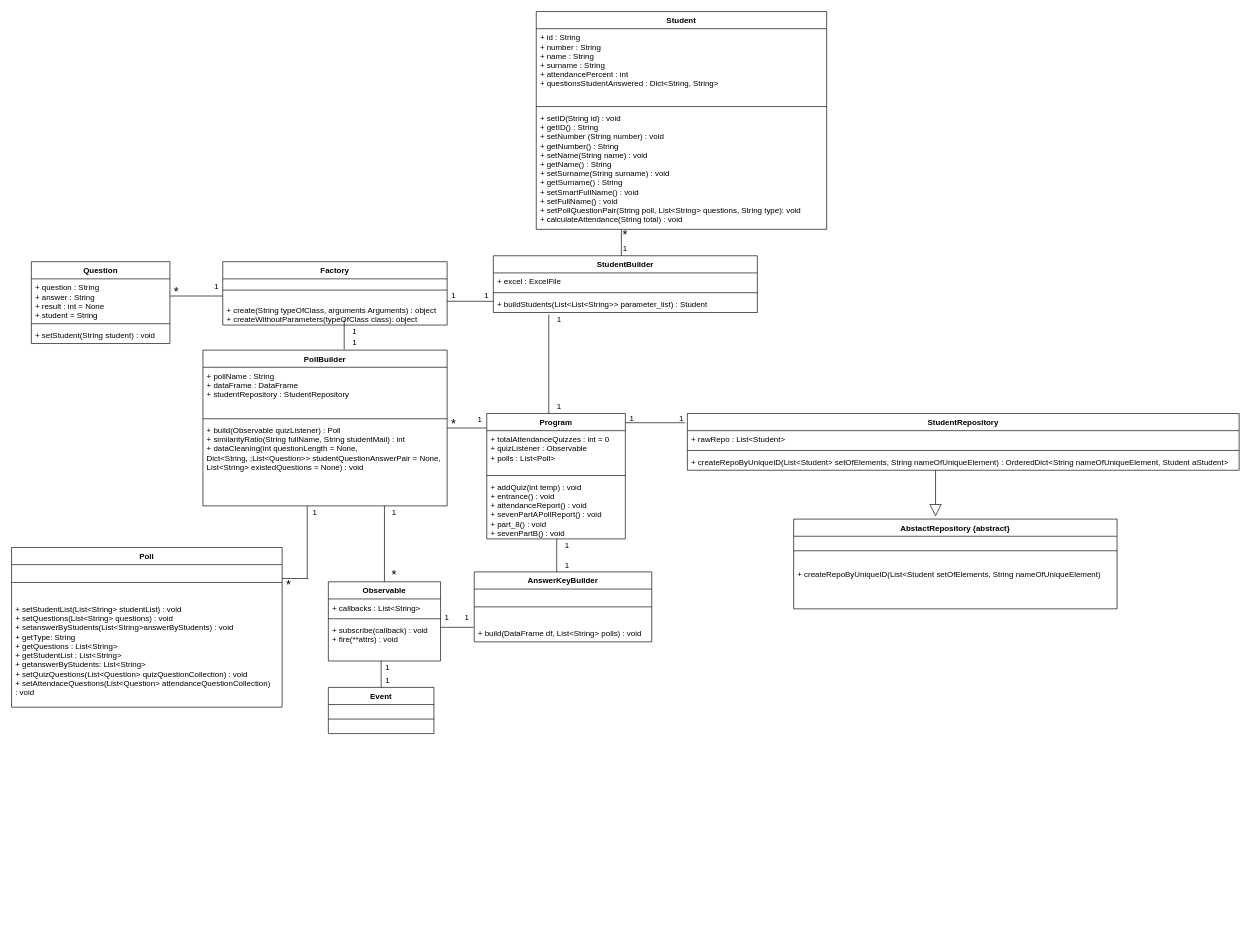
This is PythonProject/iteration1/DCD.drawio from alperdokay/CSE3063F20P1_GRP20, a draw.io file, before an edit. Source tidied: cells renumbered, new cells numbered last; positions are measured from the earlier drawing's top-left corner, leaving out a move shared by most shapes. Both pictures are drawn from the tidied source at 66%, with x=0, y=0 at pixel (11, 11).
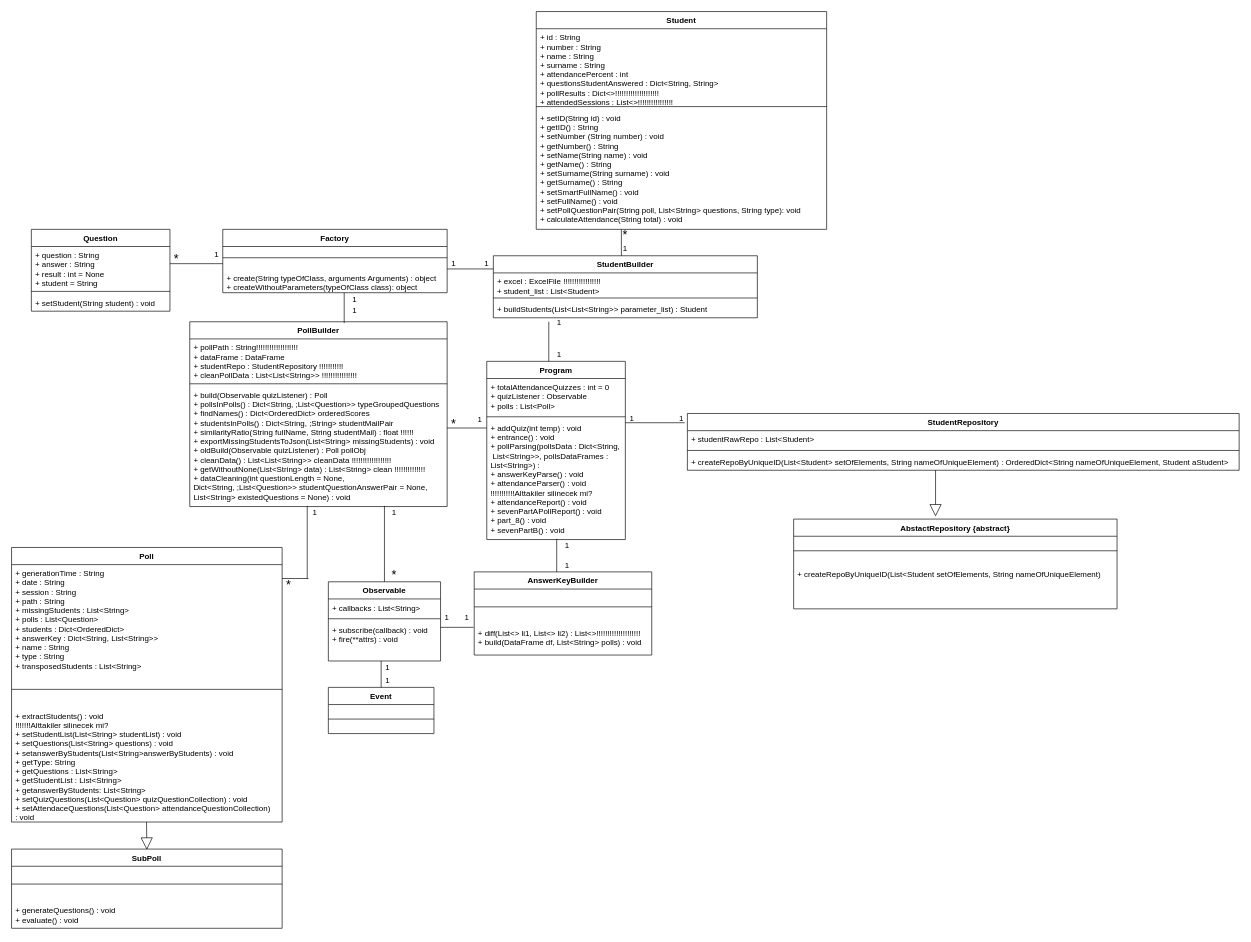
After the change.

The change refers to these unchanged cells:
```xml
<mxCell id="16" value="Student" style="swimlane;fontStyle=1;align=center;verticalAlign=top;horizontal=1;startSize=26;" parent="1" vertex="1">
  <mxGeometry x="795" width="440" height="330" as="geometry" />
</mxCell>
<mxCell id="20" value="StudentRepository" style="swimlane;fontStyle=1;align=center;verticalAlign=top;horizontal=1;startSize=26;" parent="1" vertex="1">
  <mxGeometry x="1024" y="609" width="836" height="86" as="geometry" />
</mxCell>
```

What changed in the source:
```diff
@@
     <mxCell id="2" value="PollBuilder" style="swimlane;fontStyle=1;align=center;verticalAlign=top;horizontal=1;startSize=26;" parent="1" vertex="1">
-      <mxGeometry x="290" y="513" width="370" height="236" as="geometry" />
+      <mxGeometry x="270" y="470" width="390" height="280" as="geometry" />
     </mxCell>
-    <mxCell id="3" value="+ pollName : String&#10;+ dataFrame : DataFrame&#10;+ studentRepository : StudentRepository " style="text;strokeColor=none;fillColor=none;align=left;verticalAlign=top;spacingLeft=4;spacingRight=4;overflow=hidden;" parent="2" vertex="1">
-      <mxGeometry y="26" width="370" height="74" as="geometry" />
+    <mxCell id="3" value="+ pollPath : String!!!!!!!!!!!!!!!!!!!&#10;+ dataFrame : DataFrame&#10;+ studentRepo : StudentRepository !!!!!!!!!!!&#10;+ cleanPollData : List&lt;List&lt;String&gt;&gt; !!!!!!!!!!!!!!!!" style="text;strokeColor=none;fillColor=none;align=left;verticalAlign=top;spacingLeft=4;spacingRight=4;overflow=hidden;" parent="2" vertex="1">
+      <mxGeometry y="26" width="390" height="64" as="geometry" />
     </mxCell>
     <mxCell id="4" style="line;strokeWidth=1;fillColor=none;align=left;verticalAlign=middle;spacingTop=-1;spacingLeft=3;spacingRight=3;labelPosition=right;" parent="2" vertex="1">
-      <mxGeometry y="100" width="370" height="8" as="geometry" />
+      <mxGeometry y="90" width="390" height="8" as="geometry" />
     </mxCell>
-    <mxCell id="5" value="+ build(Observable quizListener) : Poll &#10;+ similarityRatio(String fullName, String studentMail) : int&#10;+ dataCleaning(int questionLength = None, &#10;Dict&lt;String, ;List&lt;Question&gt;&gt; studentQuestionAnswerPair = None, &#10;List&lt;String&gt; existedQuestions = None) : void" style="text;strokeColor=none;fillColor=none;align=left;verticalAlign=top;spacingLeft=4;spacingRight=4;overflow=hidden;" parent="2" vertex="1">
-      <mxGeometry y="108" width="370" height="128" as="geometry" />
+    <mxCell id="5" value="+ build(Observable quizListener) : Poll &#10;+ pollsInPolls() : Dict&lt;String, ;List&lt;Question&gt;&gt; typeGroupedQuestions&#10;+ findNames() : Dict&lt;OrderedDict&gt; orderedScores&#10;+ studentsInPolls() : Dict&lt;String, ;String&gt; studentMailPair&#10;+ similarityRatio(String fullName, String studentMail) : float !!!!!!&#10;+ exportMissingStudentsToJson(List&lt;String&gt; missingStudents) : void&#10;+ oldBuild(Observable quizListener) : Poll pollObj&#10;+ cleanData() : List&lt;List&lt;String&gt;&gt; cleanData !!!!!!!!!!!!!!!!!!&#10;+ getWithoutNone(List&lt;String&gt; data) : List&lt;String&gt; clean !!!!!!!!!!!!!!&#10;+ dataCleaning(int questionLength = None, &#10;Dict&lt;String, ;List&lt;Question&gt;&gt; studentQuestionAnswerPair = None, &#10;List&lt;String&gt; existedQuestions = None) : void" style="text;strokeColor=none;fillColor=none;align=left;verticalAlign=top;spacingLeft=4;spacingRight=4;overflow=hidden;fontSize=12;" parent="2" vertex="1">
+      <mxGeometry y="98" width="390" height="182" as="geometry" />
     </mxCell>
     <mxCell id="6" value="StudentBuilder" style="swimlane;fontStyle=1;align=center;verticalAlign=top;horizontal=1;startSize=26;" parent="1" vertex="1">
-      <mxGeometry x="730" y="370" width="400" height="86" as="geometry" />
+      <mxGeometry x="730" y="370" width="400" height="94" as="geometry" />
     </mxCell>
-    <mxCell id="7" value="+ excel : ExcelFile" style="text;strokeColor=none;fillColor=none;align=left;verticalAlign=top;spacingLeft=4;spacingRight=4;overflow=hidden;" parent="6" vertex="1">
-      <mxGeometry y="26" width="400" height="26" as="geometry" />
+    <mxCell id="7" value="+ excel : ExcelFile !!!!!!!!!!!!!!!!!&#10;+ student_list : List&lt;Student&gt;" style="text;strokeColor=none;fillColor=none;align=left;verticalAlign=top;spacingLeft=4;spacingRight=4;overflow=hidden;" parent="6" vertex="1">
+      <mxGeometry y="26" width="400" height="34" as="geometry" />
     </mxCell>
     <mxCell id="8" style="line;strokeWidth=1;fillColor=none;align=left;verticalAlign=middle;spacingTop=-1;spacingLeft=3;spacingRight=3;labelPosition=right;" parent="6" vertex="1">
-      <mxGeometry y="52" width="400" height="8" as="geometry" />
+      <mxGeometry y="60" width="400" height="8" as="geometry" />
     </mxCell>
     <mxCell id="9" value="+ buildStudents(List&lt;List&lt;String&gt;&gt; parameter_list) : Student " style="text;strokeColor=none;fillColor=none;align=left;verticalAlign=top;spacingLeft=4;spacingRight=4;overflow=hidden;" parent="6" vertex="1">
-      <mxGeometry y="60" width="400" height="26" as="geometry" />
+      <mxGeometry y="68" width="400" height="26" as="geometry" />
     </mxCell>
     <mxCell id="10" value="Factory" style="swimlane;fontStyle=1;align=center;verticalAlign=top;horizontal=1;startSize=26;" parent="1" vertex="1">
-      <mxGeometry x="320" y="379" width="340" height="96" as="geometry" />
+      <mxGeometry x="320" y="330" width="340" height="96" as="geometry" />
     </mxCell>
@@
     <mxCell id="13" value="Poll" style="swimlane;fontStyle=1;align=center;verticalAlign=top;horizontal=1;startSize=26;" parent="1" vertex="1">
-      <mxGeometry y="812" width="410" height="242" as="geometry" />
+      <mxGeometry y="812" width="410" height="416" as="geometry" />
     </mxCell>
+    <mxCell id="82" value="+ generationTime : String&#10;+ date : String&#10;+ session : String&#10;+ path : String&#10;+ missingStudents : List&lt;String&gt;&#10;+ polls : List&lt;Question&gt;&#10;+ students : Dict&lt;OrderedDict&gt;&#10;+ answerKey : Dict&lt;String, List&lt;String&gt;&gt;&#10;+ name : String&#10;+ type : String&#10;+ transposedStudents : List&lt;String&gt;" style="text;strokeColor=none;fillColor=none;align=left;verticalAlign=top;spacingLeft=4;spacingRight=4;overflow=hidden;" parent="13" vertex="1">
+      <mxGeometry y="26" width="410" height="162" as="geometry" />
+    </mxCell>
     <mxCell id="14" style="line;strokeWidth=1;fillColor=none;align=left;verticalAlign=middle;spacingTop=-1;spacingLeft=3;spacingRight=3;labelPosition=right;" parent="13" vertex="1">
-      <mxGeometry y="26" width="410" height="54" as="geometry" />
+      <mxGeometry y="188" width="410" height="54" as="geometry" />
     </mxCell>
-    <mxCell id="15" value="+ setStudentList(List&lt;String&gt; studentList) : void&#10;+ setQuestions(List&lt;String&gt; questions) : void&#10;+ setanswerByStudents(List&lt;String&gt;answerByStudents) : void &#10;+ getType: String&#10;+ getQuestions : List&lt;String&gt;&#10;+ getStudentList : List&lt;String&gt;&#10;+ getanswerByStudents: List&lt;String&gt;&#10;+ setQuizQuestions(List&lt;Question&gt; quizQuestionCollection) : void&#10;+ setAttendaceQuestions(List&lt;Question&gt; attendanceQuestionCollection)&#10;: void" style="text;strokeColor=none;fillColor=none;align=left;verticalAlign=top;spacingLeft=4;spacingRight=4;overflow=hidden;" parent="13" vertex="1">
-      <mxGeometry y="80" width="410" height="162" as="geometry" />
+    <mxCell id="15" value="+ extractStudents() : void&#10;!!!!!!!Alttakiler silinecek mi?&#10;+ setStudentList(List&lt;String&gt; studentList) : void&#10;+ setQuestions(List&lt;String&gt; questions) : void&#10;+ setanswerByStudents(List&lt;String&gt;answerByStudents) : void &#10;+ getType: String&#10;+ getQuestions : List&lt;String&gt;&#10;+ getStudentList : List&lt;String&gt;&#10;+ getanswerByStudents: List&lt;String&gt;&#10;+ setQuizQuestions(List&lt;Question&gt; quizQuestionCollection) : void&#10;+ setAttendaceQuestions(List&lt;Question&gt; attendanceQuestionCollection)&#10;: void" style="text;strokeColor=none;fillColor=none;align=left;verticalAlign=top;spacingLeft=4;spacingRight=4;overflow=hidden;" parent="13" vertex="1">
+      <mxGeometry y="242" width="410" height="174" as="geometry" />
     </mxCell>
@@
-    <mxCell id="17" value="+ id : String&#10;+ number : String&#10;+ name : String&#10;+ surname : String&#10;+ attendancePercent : int&#10;+ questionsStudentAnswered : Dict&lt;String, String&gt;" style="text;strokeColor=none;fillColor=none;align=left;verticalAlign=top;spacingLeft=4;spacingRight=4;overflow=hidden;" parent="16" vertex="1">
+    <mxCell id="17" value="+ id : String&#10;+ number : String&#10;+ name : String&#10;+ surname : String&#10;+ attendancePercent : int&#10;+ questionsStudentAnswered : Dict&lt;String, String&gt;&#10;+ pollResults : Dict&lt;&gt;!!!!!!!!!!!!!!!!!!!!&#10;+ attendedSessions : List&lt;&gt;!!!!!!!!!!!!!!!!" style="text;strokeColor=none;fillColor=none;align=left;verticalAlign=top;spacingLeft=4;spacingRight=4;overflow=hidden;labelBackgroundColor=none;labelBorderColor=none;" parent="16" vertex="1">
       <mxGeometry y="26" width="440" height="114" as="geometry" />
     </mxCell>
@@
-    <mxCell id="21" value="+ rawRepo : List&lt;Student&gt;" style="text;strokeColor=none;fillColor=none;align=left;verticalAlign=top;spacingLeft=4;spacingRight=4;overflow=hidden;" parent="20" vertex="1">
+    <mxCell id="21" value="+ studentRawRepo : List&lt;Student&gt;" style="text;strokeColor=none;fillColor=none;align=left;verticalAlign=top;spacingLeft=4;spacingRight=4;overflow=hidden;" parent="20" vertex="1">
       <mxGeometry y="26" width="836" height="26" as="geometry" />
     </mxCell>
@@
     <mxCell id="30" style="line;strokeWidth=1;fillColor=none;align=left;verticalAlign=middle;spacingTop=-1;spacingLeft=3;spacingRight=3;labelPosition=right;direction=south;" parent="1" vertex="1">
-      <mxGeometry x="810" y="459" width="8" height="150" as="geometry" />
+      <mxGeometry x="810" y="470" width="8" height="60" as="geometry" />
     </mxCell>
     <mxCell id="31" style="line;strokeWidth=1;fillColor=none;align=left;verticalAlign=middle;spacingTop=-1;spacingLeft=3;spacingRight=3;labelPosition=right;" parent="1" vertex="1">
-      <mxGeometry x="660" y="435" width="70" height="8" as="geometry" />
+      <mxGeometry x="660" y="386" width="70" height="8" as="geometry" />
     </mxCell>
     <mxCell id="32" style="line;strokeWidth=1;fillColor=none;align=left;verticalAlign=middle;spacingTop=-1;spacingLeft=3;spacingRight=3;labelPosition=right;direction=south;" parent="1" vertex="1">
-      <mxGeometry x="500" y="466" width="8" height="46" as="geometry" />
+      <mxGeometry x="500" y="426" width="8" height="46" as="geometry" />
     </mxCell>
@@
     <mxCell id="35" style="line;strokeWidth=1;fillColor=none;align=left;verticalAlign=middle;spacingTop=-1;spacingLeft=3;spacingRight=3;labelPosition=right;" parent="1" vertex="1">
-      <mxGeometry x="240" y="427" width="80" height="8" as="geometry" />
+      <mxGeometry x="240" y="378" width="80" height="8" as="geometry" />
     </mxCell>
     <mxCell id="36" value="1" style="text;html=1;strokeColor=none;fillColor=none;align=center;verticalAlign=middle;whiteSpace=wrap;rounded=0;" parent="1" vertex="1">
-      <mxGeometry x="810" y="457" width="40" height="20" as="geometry" />
+      <mxGeometry x="810" y="462" width="40" height="20" as="geometry" />
     </mxCell>
     <mxCell id="37" value="1" style="text;html=1;strokeColor=none;fillColor=none;align=center;verticalAlign=middle;whiteSpace=wrap;rounded=0;" parent="1" vertex="1">
-      <mxGeometry x="810" y="589" width="40" height="20" as="geometry" />
+      <mxGeometry x="810" y="510" width="40" height="20" as="geometry" />
     </mxCell>
@@
     <mxCell id="42" value="1" style="text;html=1;strokeColor=none;fillColor=none;align=center;verticalAlign=middle;whiteSpace=wrap;rounded=0;" parent="1" vertex="1">
-      <mxGeometry x="700" y="421" width="40" height="20" as="geometry" />
+      <mxGeometry x="700" y="372" width="40" height="20" as="geometry" />
     </mxCell>
     <mxCell id="43" value="1" style="text;html=1;strokeColor=none;fillColor=none;align=center;verticalAlign=middle;whiteSpace=wrap;rounded=0;" parent="1" vertex="1">
-      <mxGeometry x="650" y="421" width="40" height="20" as="geometry" />
+      <mxGeometry x="650" y="372" width="40" height="20" as="geometry" />
     </mxCell>
@@
     <mxCell id="46" value="1" style="text;html=1;strokeColor=none;fillColor=none;align=center;verticalAlign=middle;whiteSpace=wrap;rounded=0;" parent="1" vertex="1">
-      <mxGeometry x="291" y="407" width="40" height="20" as="geometry" />
+      <mxGeometry x="291" y="358" width="40" height="20" as="geometry" />
     </mxCell>
     <mxCell id="47" value="&lt;font style=&quot;font-size: 19px&quot;&gt;*&lt;/font&gt;" style="text;html=1;strokeColor=none;fillColor=none;align=center;verticalAlign=middle;whiteSpace=wrap;rounded=0;" parent="1" vertex="1">
-      <mxGeometry x="230" y="415" width="40" height="20" as="geometry" />
+      <mxGeometry x="230" y="366" width="40" height="20" as="geometry" />
     </mxCell>
     <mxCell id="48" value="1" style="text;html=1;strokeColor=none;fillColor=none;align=center;verticalAlign=middle;whiteSpace=wrap;rounded=0;" parent="1" vertex="1">
-      <mxGeometry x="500" y="492" width="40" height="20" as="geometry" />
+      <mxGeometry x="500" y="443" width="40" height="20" as="geometry" />
     </mxCell>
     <mxCell id="49" value="1" style="text;html=1;strokeColor=none;fillColor=none;align=center;verticalAlign=middle;whiteSpace=wrap;rounded=0;" parent="1" vertex="1">
-      <mxGeometry x="500" y="475" width="40" height="20" as="geometry" />
+      <mxGeometry x="500" y="426" width="40" height="20" as="geometry" />
     </mxCell>
@@
     <mxCell id="52" value="Question" style="swimlane;fontStyle=1;align=center;verticalAlign=top;horizontal=1;startSize=26;" parent="1" vertex="1">
-      <mxGeometry x="30" y="379" width="210" height="124" as="geometry" />
+      <mxGeometry x="30" y="330" width="210" height="124" as="geometry" />
     </mxCell>
@@
     <mxCell id="62" value="Program" style="swimlane;fontStyle=1;align=center;verticalAlign=top;horizontal=1;startSize=26;" parent="1" vertex="1">
-      <mxGeometry x="720" y="609" width="210" height="190" as="geometry" />
+      <mxGeometry x="720" y="530" width="210" height="270" as="geometry" />
     </mxCell>
     <mxCell id="63" value="+ totalAttendanceQuizzes : int = 0&#10;+ quizListener : Observable&#10;+ polls : List&lt;Poll&gt;&#10;" style="text;strokeColor=none;fillColor=none;align=left;verticalAlign=top;spacingLeft=4;spacingRight=4;overflow=hidden;" parent="62" vertex="1">
-      <mxGeometry y="26" width="210" height="64" as="geometry" />
+      <mxGeometry y="26" width="210" height="54" as="geometry" />
     </mxCell>
     <mxCell id="64" style="line;strokeWidth=1;fillColor=none;align=left;verticalAlign=middle;spacingTop=-1;spacingLeft=3;spacingRight=3;labelPosition=right;" parent="62" vertex="1">
-      <mxGeometry y="90" width="210" height="8" as="geometry" />
+      <mxGeometry y="80" width="210" height="8" as="geometry" />
     </mxCell>
-    <mxCell id="65" value="+ addQuiz(int temp) : void&#10;+ entrance() : void&#10;+ attendanceReport() : void&#10;+ sevenPartAPollReport() : void&#10;+ part_8() : void&#10;+ sevenPartB() : void" style="text;strokeColor=none;fillColor=none;align=left;verticalAlign=top;spacingLeft=4;spacingRight=4;overflow=hidden;" parent="62" vertex="1">
-      <mxGeometry y="98" width="210" height="92" as="geometry" />
+    <mxCell id="65" value="+ addQuiz(int temp) : void&#10;+ entrance() : void&#10;+ pollParsing(pollsData : Dict&lt;String,&#10; List&lt;String&gt;&gt;, pollsDataFrames : &#10;List&lt;String&gt;) :&#10;+ answerKeyParse() : void&#10;+ attendanceParser() : void&#10;!!!!!!!!!!!Alttakiler silinecek mi?&#10;+ attendanceReport() : void&#10;+ sevenPartAPollReport() : void&#10;+ part_8() : void&#10;+ sevenPartB() : void" style="text;strokeColor=none;fillColor=none;align=left;verticalAlign=top;spacingLeft=4;spacingRight=4;overflow=hidden;" parent="62" vertex="1">
+      <mxGeometry y="88" width="210" height="182" as="geometry" />
     </mxCell>
     <mxCell id="66" value="AnswerKeyBuilder" style="swimlane;fontStyle=1;align=center;verticalAlign=top;horizontal=1;startSize=26;" parent="1" vertex="1">
-      <mxGeometry x="701" y="849" width="269" height="106" as="geometry" />
+      <mxGeometry x="701" y="849" width="269" height="126" as="geometry" />
     </mxCell>
@@
-    <mxCell id="68" value="+ build(DataFrame df, List&lt;String&gt; polls) : void" style="text;strokeColor=none;fillColor=none;align=left;verticalAlign=top;spacingLeft=4;spacingRight=4;overflow=hidden;" parent="66" vertex="1">
-      <mxGeometry y="80" width="269" height="26" as="geometry" />
+    <mxCell id="68" value="+ diff(List&lt;&gt; li1, List&lt;&gt; li2) : List&lt;&gt;!!!!!!!!!!!!!!!!!!!!&#10;+ build(DataFrame df, List&lt;String&gt; polls) : void" style="text;strokeColor=none;fillColor=none;align=left;verticalAlign=top;spacingLeft=4;spacingRight=4;overflow=hidden;" parent="66" vertex="1">
+      <mxGeometry y="80" width="269" height="46" as="geometry" />
     </mxCell>
@@
+    <mxCell id="83" value="SubPoll" style="swimlane;fontStyle=1;align=center;verticalAlign=top;horizontal=1;startSize=26;" parent="1" vertex="1">
+      <mxGeometry y="1269" width="410" height="120" as="geometry" />
+    </mxCell>
+    <mxCell id="84" style="line;strokeWidth=1;fillColor=none;align=left;verticalAlign=middle;spacingTop=-1;spacingLeft=3;spacingRight=3;labelPosition=right;" parent="83" vertex="1">
+      <mxGeometry y="26" width="410" height="54" as="geometry" />
+    </mxCell>
+    <mxCell id="85" value="+ generateQuestions() : void&#10;+ evaluate() : void" style="text;strokeColor=none;fillColor=none;align=left;verticalAlign=top;spacingLeft=4;spacingRight=4;overflow=hidden;" parent="83" vertex="1">
+      <mxGeometry y="80" width="410" height="40" as="geometry" />
+    </mxCell>
+    <mxCell id="86" style="endArrow=block;endSize=16;endFill=0;html=1;" parent="1" edge="1">
+      <mxGeometry relative="1" as="geometry">
+        <mxPoint x="204.5" y="1228" as="sourcePoint" />
+        <mxPoint x="205" y="1270" as="targetPoint" />
+      </mxGeometry>
+    </mxCell>
```
